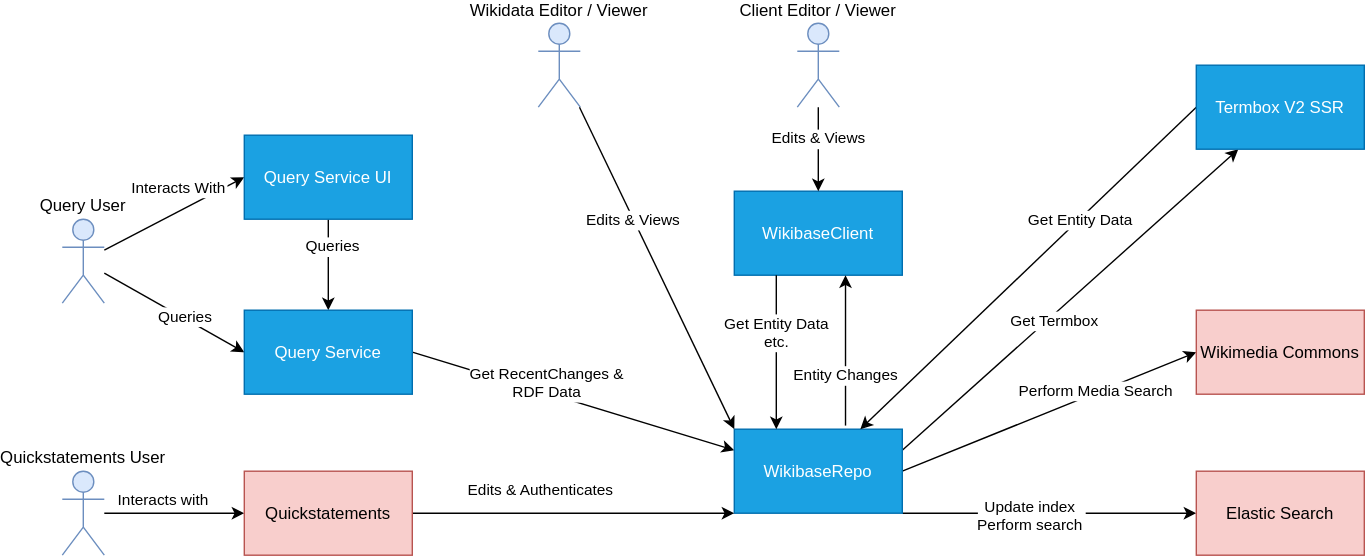
This is systems/overview/diagrams/05-overall.drawio.svg from wmde/wikidata-wikibase-architecture, a draw.io export, as it was before one commit. Source tidied: cells renumbered, new cells last; positions are measured from the earlier drawing's top-left corner, leaving out a move shared by most shapes. Its diagram source:
```xml
<mxGraphModel>
  <root>
    <mxCell id="0" />
    <mxCell id="1" parent="0" />
    <mxCell id="2" value="Client Editor / Viewer" style="shape=umlActor;verticalLabelPosition=top;verticalAlign=bottom;outlineConnect=0;fillColor=#dae8fc;strokeColor=#6c8ebf;labelPosition=center;align=center;" parent="1" vertex="1">
      <mxGeometry x="525" width="30" height="60" as="geometry" />
    </mxCell>
    <mxCell id="3" style="edgeStyle=orthogonalEdgeStyle;rounded=0;jettySize=auto;html=1;" parent="1" edge="1" source="5" target="29">
      <mxGeometry relative="1" as="geometry" />
    </mxCell>
    <mxCell id="4" value="TBA Interaction" style="edgeLabel;align=center;verticalAlign=middle;" parent="3" vertex="1">
      <mxGeometry x="0.12" y="-1" relative="1" as="geometry">
        <mxPoint x="-14.1" y="-11" as="offset" />
      </mxGeometry>
    </mxCell>
    <mxCell id="5" value="Quickstatements User" style="shape=umlActor;verticalLabelPosition=top;verticalAlign=bottom;outlineConnect=0;fillColor=#dae8fc;strokeColor=#6c8ebf;labelPosition=center;align=center;" parent="1" vertex="1">
      <mxGeometry y="320" width="30" height="60" as="geometry" />
    </mxCell>
    <mxCell id="6" style="rounded=0;jettySize=auto;html=1;entryX=0;entryY=0.5;entryDx=0;entryDy=0;" parent="1" edge="1" source="10" target="13">
      <mxGeometry relative="1" as="geometry" />
    </mxCell>
    <mxCell id="7" value="Interacts With" style="edgeLabel;align=center;verticalAlign=middle;" parent="6" vertex="1">
      <mxGeometry x="0.24" y="2" relative="1" as="geometry">
        <mxPoint x="-8.3" y="-11.1" as="offset" />
      </mxGeometry>
    </mxCell>
    <mxCell id="8" style="rounded=0;jettySize=auto;html=1;entryX=0;entryY=0.5;entryDx=0;entryDy=0;" parent="1" edge="1" source="10" target="16">
      <mxGeometry relative="1" as="geometry" />
    </mxCell>
    <mxCell id="9" value="Queries" style="edgeLabel;align=center;verticalAlign=middle;" parent="8" vertex="1">
      <mxGeometry x="0.14" y="2" relative="1" as="geometry" />
    </mxCell>
    <mxCell id="10" value="Query User" style="shape=umlActor;verticalLabelPosition=top;verticalAlign=bottom;outlineConnect=0;fillColor=#dae8fc;strokeColor=#6c8ebf;labelPosition=center;align=center;" parent="1" vertex="1">
      <mxGeometry y="140" width="30" height="60" as="geometry" />
    </mxCell>
    <mxCell id="11" style="rounded=0;jettySize=auto;html=1;entryX=0.5;entryY=0;entryDx=0;entryDy=0;" parent="1" edge="1" source="13" target="16">
      <mxGeometry relative="1" as="geometry" />
    </mxCell>
    <mxCell id="12" value="Queries" style="edgeLabel;align=center;verticalAlign=middle;" parent="11" vertex="1">
      <mxGeometry x="-0.29" y="3" relative="1" as="geometry">
        <mxPoint y="-5" as="offset" />
      </mxGeometry>
    </mxCell>
    <mxCell id="13" value="Query Service UI" style="rounded=0;fillColor=#1ba1e2;strokeColor=#006EAF;fontColor=#ffffff;" parent="1" vertex="1">
      <mxGeometry x="130" y="80" width="120" height="60" as="geometry" />
    </mxCell>
    <mxCell id="14" style="rounded=0;jettySize=auto;html=1;entryX=0;entryY=0.25;entryDx=0;entryDy=0;exitX=1;exitY=0.5;exitDx=0;exitDy=0;" parent="1" edge="1" source="16" target="23">
      <mxGeometry relative="1" as="geometry" />
    </mxCell>
    <mxCell id="15" value="Get RecentChanges &amp;&#10;RDF Data " style="edgeLabel;align=center;verticalAlign=middle;" parent="14" vertex="1">
      <mxGeometry x="0.25" y="4" relative="1" as="geometry">
        <mxPoint x="-49.7" y="-19.3" as="offset" />
      </mxGeometry>
    </mxCell>
    <mxCell id="16" value="Query Service" style="rounded=0;fillColor=#1ba1e2;strokeColor=#006EAF;fontColor=#ffffff;" parent="1" vertex="1">
      <mxGeometry x="130" y="205" width="120" height="60" as="geometry" />
    </mxCell>
    <mxCell id="17" style="edgeStyle=none;rounded=0;jettySize=auto;html=1;entryX=0.25;entryY=1;entryDx=0;entryDy=0;exitX=1;exitY=0.25;exitDx=0;exitDy=0;" parent="1" edge="1" source="23" target="26">
      <mxGeometry relative="1" as="geometry" />
    </mxCell>
    <mxCell id="18" value="Get Termbox" style="edgeLabel;align=center;verticalAlign=middle;" parent="17" vertex="1">
      <mxGeometry x="-0.11" y="-3" relative="1" as="geometry" />
    </mxCell>
    <mxCell id="19" style="edgeStyle=none;rounded=0;jettySize=auto;html=1;exitX=1;exitY=1;exitDx=0;exitDy=0;" parent="1" edge="1" source="23" target="31">
      <mxGeometry relative="1" as="geometry" />
    </mxCell>
    <mxCell id="20" value="Update index&#10;Perform search" style="edgeLabel;align=center;verticalAlign=middle;" parent="19" vertex="1">
      <mxGeometry x="-0.35" y="-1" relative="1" as="geometry">
        <mxPoint x="22" as="offset" />
      </mxGeometry>
    </mxCell>
    <mxCell id="21" style="edgeStyle=none;rounded=0;jettySize=auto;html=1;exitX=1;exitY=0.5;exitDx=0;exitDy=0;entryX=0;entryY=0.5;entryDx=0;entryDy=0;" parent="1" edge="1" source="23" target="30">
      <mxGeometry relative="1" as="geometry" />
    </mxCell>
    <mxCell id="22" value="Perform Media Search" style="edgeLabel;align=center;verticalAlign=middle;" parent="21" vertex="1">
      <mxGeometry x="0.26" y="-4" relative="1" as="geometry">
        <mxPoint x="4" y="-8.3" as="offset" />
      </mxGeometry>
    </mxCell>
    <mxCell id="23" value="WikibaseRepo" style="rounded=0;fillColor=#1ba1e2;strokeColor=#006EAF;fontColor=#ffffff;" parent="1" vertex="1">
      <mxGeometry x="480" y="290" width="120" height="60" as="geometry" />
    </mxCell>
    <mxCell id="24" style="rounded=0;jettySize=auto;html=1;entryX=0.75;entryY=0;entryDx=0;entryDy=0;exitX=0;exitY=0.5;exitDx=0;exitDy=0;" parent="1" edge="1" source="26" target="23">
      <mxGeometry relative="1" as="geometry" />
    </mxCell>
    <mxCell id="25" value="Get Entity Data" style="edgeLabel;align=center;verticalAlign=middle;" parent="24" vertex="1">
      <mxGeometry x="-0.31" relative="1" as="geometry" />
    </mxCell>
    <mxCell id="26" value="Termbox V2 SSR" style="rounded=0;fillColor=#1ba1e2;strokeColor=#006EAF;fontColor=#ffffff;" parent="1" vertex="1">
      <mxGeometry x="810" y="30" width="120" height="60" as="geometry" />
    </mxCell>
    <mxCell id="27" style="rounded=0;jettySize=auto;html=1;entryX=0;entryY=1;entryDx=0;entryDy=0;" parent="1" edge="1" source="29" target="23">
      <mxGeometry relative="1" as="geometry" />
    </mxCell>
    <mxCell id="28" value="Edits &amp; Authenticates" style="edgeLabel;align=center;verticalAlign=middle;rotation=0;" parent="27" vertex="1">
      <mxGeometry x="0.12" y="5" relative="1" as="geometry">
        <mxPoint x="-37.6" y="-12.7" as="offset" />
      </mxGeometry>
    </mxCell>
    <mxCell id="29" value="Quickstatements" style="rounded=0;fillColor=#f8cecc;strokeColor=#b85450;" parent="1" vertex="1">
      <mxGeometry x="130" y="320" width="120" height="60" as="geometry" />
    </mxCell>
    <mxCell id="30" value="Wikimedia Commons" style="rounded=0;fillColor=#f8cecc;strokeColor=#b85450;" parent="1" vertex="1">
      <mxGeometry x="810" y="205" width="120" height="60" as="geometry" />
    </mxCell>
    <mxCell id="31" value="Elastic Search" style="rounded=0;fillColor=#f8cecc;strokeColor=#b85450;" parent="1" vertex="1">
      <mxGeometry x="810" y="320" width="120" height="60" as="geometry" />
    </mxCell>
    <mxCell id="32" value="WikibaseClient" style="rounded=0;fillColor=#1ba1e2;strokeColor=#006EAF;fontColor=#ffffff;" parent="1" vertex="1">
      <mxGeometry x="480" y="120" width="120" height="60" as="geometry" />
    </mxCell>
    <mxCell id="33" value="Wikidata Editor / Viewer" style="shape=umlActor;verticalLabelPosition=top;verticalAlign=bottom;outlineConnect=0;fillColor=#dae8fc;strokeColor=#6c8ebf;labelPosition=center;align=center;" parent="1" vertex="1">
      <mxGeometry x="340" width="30" height="60" as="geometry" />
    </mxCell>
    <mxCell id="34" style="rounded=0;jettySize=auto;html=1;entryX=0;entryY=0;entryDx=0;entryDy=0;" parent="1" edge="1" source="33" target="23">
      <mxGeometry relative="1" as="geometry" />
    </mxCell>
    <mxCell id="35" value="Edits &amp; Views" style="edgeLabel;align=center;verticalAlign=middle;" parent="34" vertex="1">
      <mxGeometry x="-0.31" relative="1" as="geometry" />
    </mxCell>
    <mxCell id="36" style="rounded=0;jettySize=auto;html=1;entryX=0.5;entryY=0;entryDx=0;entryDy=0;" parent="1" edge="1" source="2" target="32">
      <mxGeometry relative="1" as="geometry" />
    </mxCell>
    <mxCell id="37" value="Edits &amp; Views" style="edgeLabel;align=center;verticalAlign=middle;" parent="36" vertex="1">
      <mxGeometry x="-0.31" relative="1" as="geometry" />
    </mxCell>
    <mxCell id="38" style="rounded=0;jettySize=auto;html=1;entryX=0.25;entryY=0;entryDx=0;entryDy=0;exitX=0.25;exitY=1;exitDx=0;exitDy=0;" parent="1" edge="1" source="32" target="23">
      <mxGeometry relative="1" as="geometry" />
    </mxCell>
    <mxCell id="39" value="Get Entity Data&#10;etc." style="edgeLabel;align=center;verticalAlign=middle;" parent="38" vertex="1">
      <mxGeometry x="-0.31" relative="1" as="geometry">
        <mxPoint y="2.3" as="offset" />
      </mxGeometry>
    </mxCell>
    <mxCell id="40" style="rounded=0;jettySize=auto;html=1;entryX=0.662;entryY=1;entryDx=0;entryDy=0;exitX=0.662;exitY=-0.043;exitDx=0;exitDy=0;exitPerimeter=0;entryPerimeter=0;" parent="1" edge="1" source="23" target="32">
      <mxGeometry relative="1" as="geometry" />
    </mxCell>
    <mxCell id="41" value="Entity Changes" style="edgeLabel;align=center;verticalAlign=middle;" parent="40" vertex="1">
      <mxGeometry x="-0.31" relative="1" as="geometry" />
    </mxCell>
  </root>
</mxGraphModel>
```
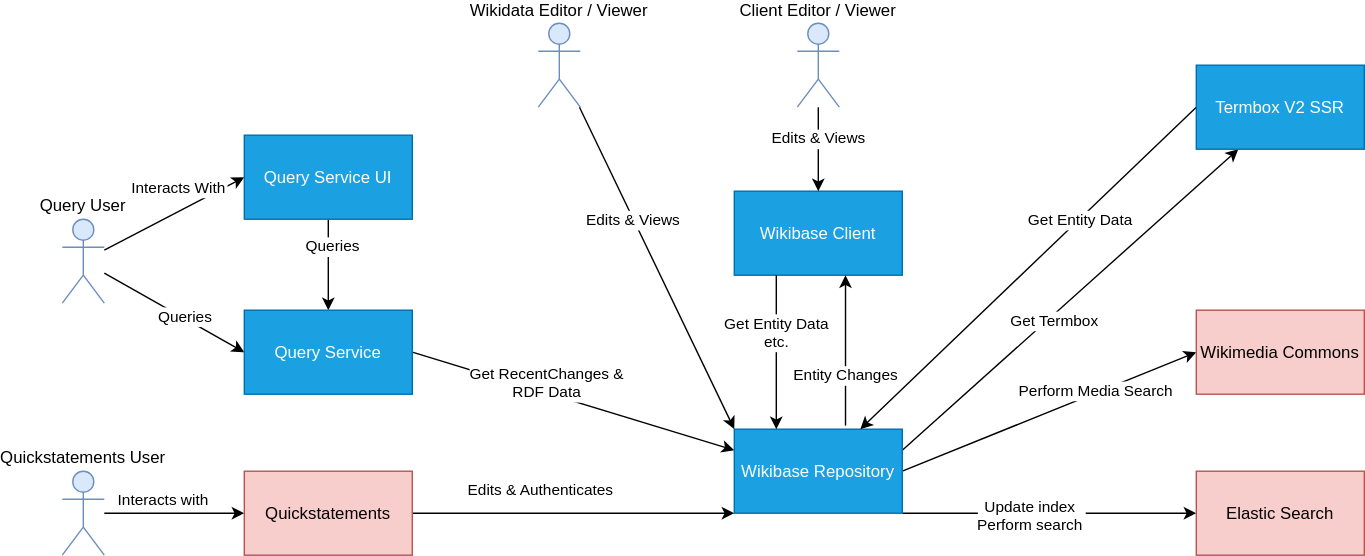
After the change.

What changed in the source:
```diff
@@ -8,7 +8,7 @@
     <mxCell id="3" style="edgeStyle=orthogonalEdgeStyle;rounded=0;jettySize=auto;html=1;" parent="1" edge="1" source="5" target="29">
       <mxGeometry relative="1" as="geometry" />
     </mxCell>
-    <mxCell id="4" value="TBA Interaction" style="edgeLabel;align=center;verticalAlign=middle;" parent="3" vertex="1">
+    <mxCell id="4" value="Interacts with" style="edgeLabel;align=center;verticalAlign=middle;" parent="3" vertex="1">
       <mxGeometry x="0.12" y="-1" relative="1" as="geometry">
         <mxPoint x="-14.1" y="-11" as="offset" />
       </mxGeometry>
@@ -77,7 +77,7 @@
         <mxPoint x="4" y="-8.3" as="offset" />
       </mxGeometry>
     </mxCell>
-    <mxCell id="23" value="WikibaseRepo" style="rounded=0;fillColor=#1ba1e2;strokeColor=#006EAF;fontColor=#ffffff;" parent="1" vertex="1">
+    <mxCell id="23" value="Wikibase Repository" style="rounded=0;fillColor=#1ba1e2;strokeColor=#006EAF;fontColor=#ffffff;" parent="1" vertex="1">
       <mxGeometry x="480" y="290" width="120" height="60" as="geometry" />
     </mxCell>
     <mxCell id="24" style="rounded=0;jettySize=auto;html=1;entryX=0.75;entryY=0;entryDx=0;entryDy=0;exitX=0;exitY=0.5;exitDx=0;exitDy=0;" parent="1" edge="1" source="26" target="23">
@@ -106,7 +106,7 @@
     <mxCell id="31" value="Elastic Search" style="rounded=0;fillColor=#f8cecc;strokeColor=#b85450;" parent="1" vertex="1">
       <mxGeometry x="810" y="320" width="120" height="60" as="geometry" />
     </mxCell>
-    <mxCell id="32" value="WikibaseClient" style="rounded=0;fillColor=#1ba1e2;strokeColor=#006EAF;fontColor=#ffffff;" parent="1" vertex="1">
+    <mxCell id="32" value="Wikibase Client" style="rounded=0;fillColor=#1ba1e2;strokeColor=#006EAF;fontColor=#ffffff;" parent="1" vertex="1">
       <mxGeometry x="480" y="120" width="120" height="60" as="geometry" />
     </mxCell>
     <mxCell id="33" value="Wikidata Editor / Viewer" style="shape=umlActor;verticalLabelPosition=top;verticalAlign=bottom;outlineConnect=0;fillColor=#dae8fc;strokeColor=#6c8ebf;labelPosition=center;align=center;" parent="1" vertex="1">
```
